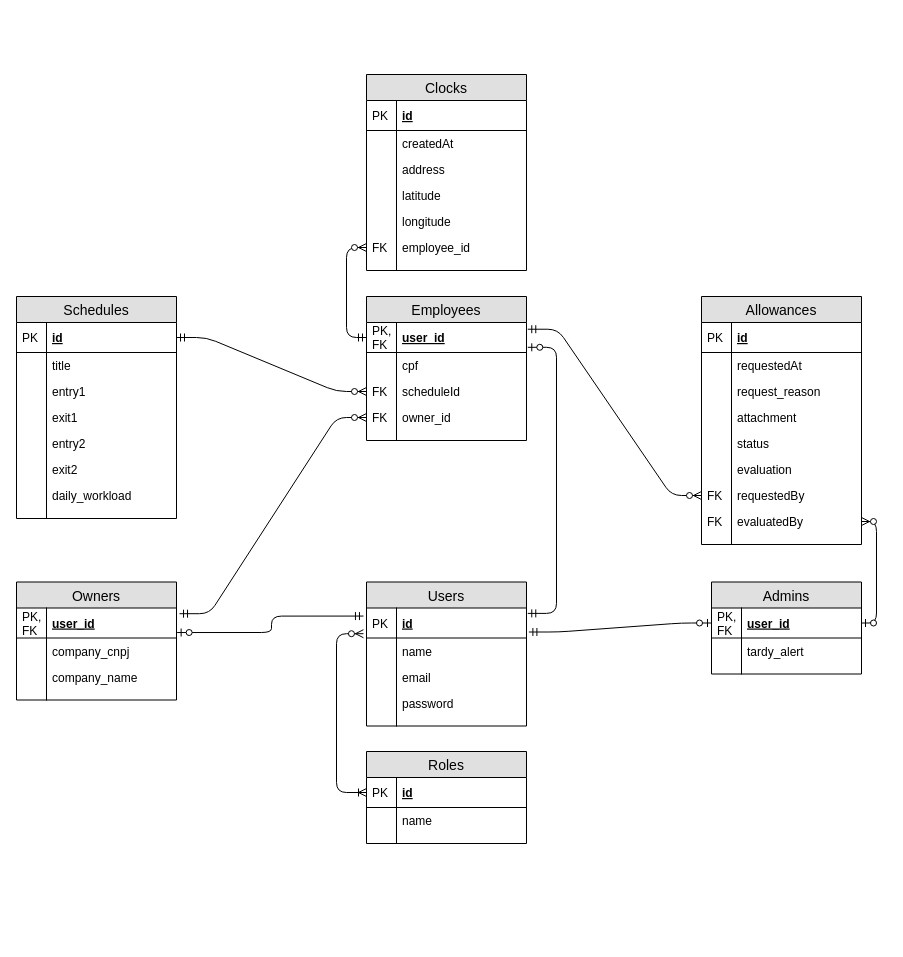
Before: .github/er_diagram.drawio in Haple/punch_clock_backend, a draw.io diagram. Source tidied: cells renumbered, new cells numbered last; positions are measured from the earlier drawing's top-left corner, leaving out a move shared by most shapes. Both pictures are drawn from the tidied source at 100%, with x=0, y=0 at pixel (16, 74).
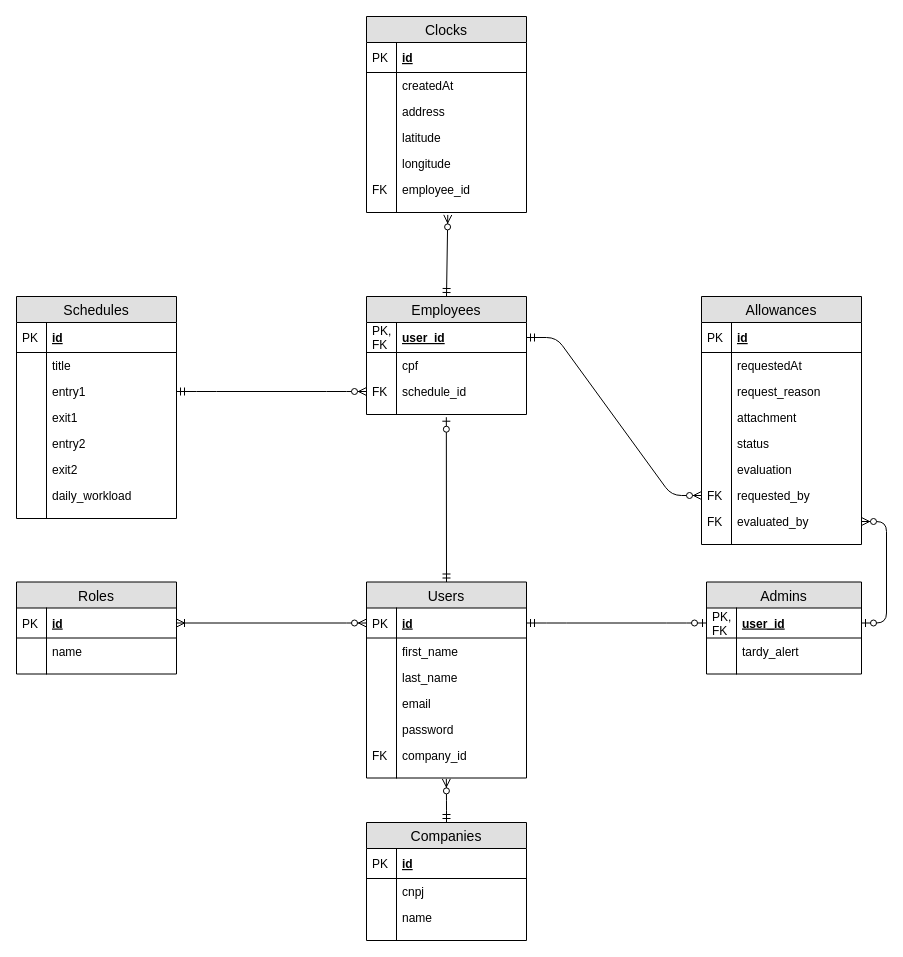
After the change.

Unchanged cells that the change refers to:
```xml
<mxCell id="3" value="user_id" style="shape=partialRectangle;top=0;left=0;right=0;bottom=1;align=left;verticalAlign=middle;fillColor=none;spacingLeft=34;spacingRight=4;overflow=hidden;points=[[0,0.5],[1,0.5]];portConstraint=eastwest;fontStyle=5;fontSize=12;" parent="2" vertex="1">
  <mxGeometry y="26" width="160" height="30" as="geometry" />
</mxCell>
<mxCell id="22" value="Allowances" style="swimlane;fontStyle=0;horizontal=1;startSize=26;fillColor=#e0e0e0;swimlaneFillColor=#ffffff;align=center;fontSize=14;" parent="1" vertex="1">
  <mxGeometry x="685" y="222" width="160" height="248" as="geometry" />
</mxCell>
<mxCell id="49" value="id" style="shape=partialRectangle;top=0;left=0;right=0;bottom=1;align=left;verticalAlign=middle;fillColor=none;spacingLeft=34;spacingRight=4;overflow=hidden;points=[[0,0.5],[1,0.5]];portConstraint=eastwest;fontStyle=5;fontSize=12;" parent="48" vertex="1">
  <mxGeometry y="26" width="160" height="30" as="geometry" />
</mxCell>
<mxCell id="53" value="entry1" style="shape=partialRectangle;top=0;left=0;right=0;bottom=0;align=left;verticalAlign=top;fillColor=none;spacingLeft=34;spacingRight=4;overflow=hidden;points=[[0,0.5],[1,0.5]];portConstraint=eastwest;fontSize=12;" parent="48" vertex="1">
  <mxGeometry y="82" width="160" height="26" as="geometry" />
</mxCell>
<mxCell id="76" value="employee_id" style="shape=partialRectangle;top=0;left=0;right=0;bottom=0;align=left;verticalAlign=top;fillColor=none;spacingLeft=34;spacingRight=4;overflow=hidden;points=[[0,0.5],[1,0.5]];portConstraint=eastwest;fontSize=12;" parent="65" vertex="1">
  <mxGeometry y="160" width="160" height="26" as="geometry" />
</mxCell>
<mxCell id="78" style="shape=partialRectangle;top=0;left=0;right=0;bottom=0;align=left;verticalAlign=top;fillColor=none;spacingLeft=34;spacingRight=4;overflow=hidden;points=[[0,0.5],[1,0.5]];portConstraint=eastwest;fontSize=12;" parent="65" vertex="1">
  <mxGeometry y="186" width="160" height="10" as="geometry" />
</mxCell>
<mxCell id="87" value="id" style="shape=partialRectangle;top=0;left=0;right=0;bottom=1;align=left;verticalAlign=middle;fillColor=none;spacingLeft=34;spacingRight=4;overflow=hidden;points=[[0,0.5],[1,0.5]];portConstraint=eastwest;fontStyle=5;fontSize=12;" parent="86" vertex="1">
  <mxGeometry y="26" width="160" height="30" as="geometry" />
</mxCell>
<mxCell id="98" value="id" style="shape=partialRectangle;top=0;left=0;right=0;bottom=1;align=left;verticalAlign=middle;fillColor=none;spacingLeft=34;spacingRight=4;overflow=hidden;points=[[0,0.5],[1,0.5]];portConstraint=eastwest;fontStyle=5;fontSize=12;" parent="97" vertex="1">
  <mxGeometry y="26" width="160" height="30" as="geometry" />
</mxCell>
```

The edit, as a diff of the source:
```diff
@@
     <mxCell id="2" value="Employees" style="swimlane;fontStyle=0;horizontal=1;startSize=26;fillColor=#e0e0e0;swimlaneFillColor=#ffffff;align=center;fontSize=14;" parent="1" vertex="1">
-      <mxGeometry x="350" y="222" width="160" height="144" as="geometry" />
+      <mxGeometry x="350" y="222" width="160" height="118" as="geometry" />
     </mxCell>
@@
-    <mxCell id="7" value="scheduleId" style="shape=partialRectangle;top=0;left=0;right=0;bottom=0;align=left;verticalAlign=top;fillColor=none;spacingLeft=34;spacingRight=4;overflow=hidden;points=[[0,0.5],[1,0.5]];portConstraint=eastwest;fontSize=12;" parent="2" vertex="1">
+    <mxCell id="7" value="schedule_id" style="shape=partialRectangle;top=0;left=0;right=0;bottom=0;align=left;verticalAlign=top;fillColor=none;spacingLeft=34;spacingRight=4;overflow=hidden;points=[[0,0.5],[1,0.5]];portConstraint=eastwest;fontSize=12;" parent="2" vertex="1">
       <mxGeometry y="82" width="160" height="26" as="geometry" />
     </mxCell>
@@
-    <mxCell id="9" value="owner_id" style="shape=partialRectangle;top=0;left=0;right=0;bottom=0;align=left;verticalAlign=top;fillColor=none;spacingLeft=34;spacingRight=4;overflow=hidden;points=[[0,0.5],[1,0.5]];portConstraint=eastwest;fontSize=12;" parent="2" vertex="1">
-      <mxGeometry y="108" width="160" height="26" as="geometry" />
-    </mxCell>
-    <mxCell id="10" value="FK" style="shape=partialRectangle;top=0;left=0;bottom=0;fillColor=none;align=left;verticalAlign=top;spacingLeft=4;spacingRight=4;overflow=hidden;fontSize=12;" parent="9" vertex="1">
-      <mxGeometry width="30" height="26" as="geometry" />
-    </mxCell>
     <mxCell id="11" style="shape=partialRectangle;top=0;left=0;right=0;bottom=0;align=left;verticalAlign=top;fillColor=none;spacingLeft=34;spacingRight=4;overflow=hidden;points=[[0,0.5],[1,0.5]];portConstraint=eastwest;fontSize=12;" parent="2" vertex="1">
-      <mxGeometry y="134" width="160" height="10" as="geometry" />
+      <mxGeometry y="108" width="160" height="10" as="geometry" />
     </mxCell>
@@
-    <mxCell id="13" value="Owners" style="swimlane;fontStyle=0;horizontal=1;startSize=26;fillColor=#e0e0e0;swimlaneFillColor=#ffffff;align=center;fontSize=14;" parent="1" vertex="1">
-      <mxGeometry y="507.5" width="160" height="118" as="geometry" />
+    <mxCell id="13" value="Companies" style="swimlane;fontStyle=0;horizontal=1;startSize=26;fillColor=#e0e0e0;swimlaneFillColor=#ffffff;align=center;fontSize=14;" parent="1" vertex="1">
+      <mxGeometry x="350" y="748" width="160" height="118" as="geometry" />
     </mxCell>
-    <mxCell id="14" value="user_id" style="shape=partialRectangle;top=0;left=0;right=0;bottom=1;align=left;verticalAlign=middle;fillColor=none;spacingLeft=34;spacingRight=4;overflow=hidden;points=[[0,0.5],[1,0.5]];portConstraint=eastwest;fontStyle=5;fontSize=12;" parent="13" vertex="1">
+    <mxCell id="14" value="id" style="shape=partialRectangle;top=0;left=0;right=0;bottom=1;align=left;verticalAlign=middle;fillColor=none;spacingLeft=34;spacingRight=4;overflow=hidden;points=[[0,0.5],[1,0.5]];portConstraint=eastwest;fontStyle=5;fontSize=12;" parent="13" vertex="1">
       <mxGeometry y="26" width="160" height="30" as="geometry" />
     </mxCell>
-    <mxCell id="15" value="PK,&#10;FK" style="shape=partialRectangle;top=0;left=0;bottom=0;fillColor=none;align=left;verticalAlign=middle;spacingLeft=4;spacingRight=4;overflow=hidden;fontSize=12;" parent="14" vertex="1">
+    <mxCell id="15" value="PK" style="shape=partialRectangle;top=0;left=0;bottom=0;fillColor=none;align=left;verticalAlign=middle;spacingLeft=4;spacingRight=4;overflow=hidden;fontSize=12;" parent="14" vertex="1">
       <mxGeometry width="30" height="30" as="geometry" />
     </mxCell>
-    <mxCell id="16" value="company_cnpj" style="shape=partialRectangle;top=0;left=0;right=0;bottom=0;align=left;verticalAlign=top;fillColor=none;spacingLeft=34;spacingRight=4;overflow=hidden;fontSize=12;" parent="13" vertex="1">
+    <mxCell id="16" value="cnpj" style="shape=partialRectangle;top=0;left=0;right=0;bottom=0;align=left;verticalAlign=top;fillColor=none;spacingLeft=34;spacingRight=4;overflow=hidden;fontSize=12;" parent="13" vertex="1">
       <mxGeometry y="56" width="160" height="26" as="geometry" />
     </mxCell>
@@
-    <mxCell id="18" value="company_name" style="shape=partialRectangle;top=0;left=0;right=0;bottom=0;align=left;verticalAlign=top;fillColor=none;spacingLeft=34;spacingRight=4;overflow=hidden;fontSize=12;" parent="13" vertex="1">
+    <mxCell id="18" value="name" style="shape=partialRectangle;top=0;left=0;right=0;bottom=0;align=left;verticalAlign=top;fillColor=none;spacingLeft=34;spacingRight=4;overflow=hidden;fontSize=12;" parent="13" vertex="1">
       <mxGeometry y="82" width="160" height="26" as="geometry" />
     </mxCell>
@@
-    <mxCell id="35" value="requestedBy" style="shape=partialRectangle;top=0;left=0;right=0;bottom=0;align=left;verticalAlign=top;fillColor=none;spacingLeft=34;spacingRight=4;overflow=hidden;points=[[0,0.5],[1,0.5]];portConstraint=eastwest;fontSize=12;" parent="22" vertex="1">
+    <mxCell id="35" value="requested_by" style="shape=partialRectangle;top=0;left=0;right=0;bottom=0;align=left;verticalAlign=top;fillColor=none;spacingLeft=34;spacingRight=4;overflow=hidden;points=[[0,0.5],[1,0.5]];portConstraint=eastwest;fontSize=12;" parent="22" vertex="1">
       <mxGeometry y="186" width="160" height="26" as="geometry" />
     </mxCell>
@@
-    <mxCell id="37" value="evaluatedBy" style="shape=partialRectangle;top=0;left=0;right=0;bottom=0;align=left;verticalAlign=top;fillColor=none;spacingLeft=34;spacingRight=4;overflow=hidden;points=[[0,0.5],[1,0.5]];portConstraint=eastwest;fontSize=12;" parent="22" vertex="1">
+    <mxCell id="37" value="evaluated_by" style="shape=partialRectangle;top=0;left=0;right=0;bottom=0;align=left;verticalAlign=top;fillColor=none;spacingLeft=34;spacingRight=4;overflow=hidden;points=[[0,0.5],[1,0.5]];portConstraint=eastwest;fontSize=12;" parent="22" vertex="1">
       <mxGeometry y="212" width="160" height="26" as="geometry" />
     </mxCell>
@@
     <mxCell id="41" value="Admins" style="swimlane;fontStyle=0;horizontal=1;startSize=26;fillColor=#e0e0e0;swimlaneFillColor=#ffffff;align=center;fontSize=14;" parent="1" vertex="1">
-      <mxGeometry x="695" y="507.5" width="150" height="92" as="geometry" />
+      <mxGeometry x="690" y="507.5" width="155" height="92" as="geometry" />
     </mxCell>
     <mxCell id="42" value="user_id" style="shape=partialRectangle;top=0;left=0;right=0;bottom=1;align=left;verticalAlign=middle;fillColor=none;spacingLeft=34;spacingRight=4;overflow=hidden;points=[[0,0.5],[1,0.5]];portConstraint=eastwest;fontStyle=5;fontSize=12;" parent="41" vertex="1">
-      <mxGeometry y="26" width="150" height="30" as="geometry" />
+      <mxGeometry y="26" width="155" height="30" as="geometry" />
     </mxCell>
@@
     <mxCell id="44" value="tardy_alert" style="shape=partialRectangle;top=0;left=0;right=0;bottom=0;align=left;verticalAlign=top;fillColor=none;spacingLeft=34;spacingRight=4;overflow=hidden;fontSize=12;" parent="41" vertex="1">
-      <mxGeometry y="56" width="150" height="26" as="geometry" />
+      <mxGeometry y="56" width="155" height="26" as="geometry" />
     </mxCell>
@@
     <mxCell id="46" style="shape=partialRectangle;top=0;left=0;right=0;bottom=0;align=left;verticalAlign=top;fillColor=none;spacingLeft=34;spacingRight=4;overflow=hidden;fontSize=12;" parent="41" vertex="1">
-      <mxGeometry y="82" width="150" height="10" as="geometry" />
+      <mxGeometry y="82" width="155" height="10" as="geometry" />
     </mxCell>
@@
     <mxCell id="65" value="Clocks" style="swimlane;fontStyle=0;horizontal=1;startSize=26;fillColor=#e0e0e0;swimlaneFillColor=#ffffff;align=center;fontSize=14;" parent="1" vertex="1">
-      <mxGeometry x="350" width="160" height="196" as="geometry" />
+      <mxGeometry x="350" y="-58" width="160" height="196" as="geometry" />
     </mxCell>
@@
-    <mxCell id="80" style="edgeStyle=entityRelationEdgeStyle;fontSize=12;html=1;endArrow=ERzeroToMany;startArrow=ERmandOne;entryX=0;entryY=0.5;entryDx=0;entryDy=0;exitX=1.019;exitY=0.19;exitDx=0;exitDy=0;exitPerimeter=0;" parent="1" edge="1" source="14" target="9">
-      <mxGeometry relative="1" as="geometry" />
-    </mxCell>
-    <mxCell id="81" style="edgeStyle=entityRelationEdgeStyle;fontSize=12;html=1;endArrow=ERzeroToOne;startArrow=ERmandOne;entryX=0;entryY=0.5;entryDx=0;entryDy=0;exitX=1.015;exitY=0.8;exitDx=0;exitDy=0;exitPerimeter=0;" parent="1" edge="1" source="87" target="42">
+    <mxCell id="81" style="edgeStyle=entityRelationEdgeStyle;fontSize=12;html=1;endArrow=ERzeroToOne;startArrow=ERmandOne;entryX=0;entryY=0.5;entryDx=0;entryDy=0;exitX=1;exitY=0.5;exitDx=0;exitDy=0;" parent="1" edge="1" source="87" target="42">
       <mxGeometry relative="1" as="geometry" />
     </mxCell>
-    <mxCell id="82" style="edgeStyle=entityRelationEdgeStyle;fontSize=12;html=1;endArrow=ERzeroToMany;startArrow=ERmandOne;exitX=1;exitY=0.5;exitDx=0;exitDy=0;entryX=0;entryY=0.5;entryDx=0;entryDy=0;" parent="1" edge="1" source="49" target="7">
+    <mxCell id="82" style="edgeStyle=entityRelationEdgeStyle;fontSize=12;html=1;endArrow=ERzeroToMany;startArrow=ERmandOne;exitX=1;exitY=0.5;exitDx=0;exitDy=0;entryX=0;entryY=0.5;entryDx=0;entryDy=0;" parent="1" edge="1" source="53" target="7">
       <mxGeometry relative="1" as="geometry" />
     </mxCell>
-    <mxCell id="83" style="edgeStyle=entityRelationEdgeStyle;fontSize=12;html=1;endArrow=ERzeroToMany;startArrow=ERmandOne;exitX=1.008;exitY=0.224;exitDx=0;exitDy=0;entryX=0;entryY=0.5;entryDx=0;entryDy=0;exitPerimeter=0;" parent="1" edge="1" source="3" target="35">
+    <mxCell id="83" style="edgeStyle=entityRelationEdgeStyle;fontSize=12;html=1;endArrow=ERzeroToMany;startArrow=ERmandOne;exitX=1;exitY=0.5;exitDx=0;exitDy=0;entryX=0;entryY=0.5;entryDx=0;entryDy=0;" parent="1" edge="1" source="3" target="35">
       <mxGeometry relative="1" as="geometry" />
     </mxCell>
     <mxCell id="84" style="fontSize=12;html=1;endArrow=ERzeroToMany;startArrow=ERzeroToOne;exitX=1;exitY=0.5;exitDx=0;exitDy=0;entryX=1;entryY=0.5;entryDx=0;entryDy=0;edgeStyle=orthogonalEdgeStyle;startFill=1;" parent="1" edge="1" source="42" target="37">
       <mxGeometry relative="1" as="geometry">
         <Array as="points">
-          <mxPoint x="860" y="548" />
-          <mxPoint x="860" y="447" />
+          <mxPoint x="870" y="549" />
+          <mxPoint x="870" y="447" />
         </Array>
       </mxGeometry>
     </mxCell>
-    <mxCell id="85" style="edgeStyle=orthogonalEdgeStyle;fontSize=12;html=1;endArrow=ERzeroToMany;startArrow=ERmandOne;exitX=0;exitY=0.5;exitDx=0;exitDy=0;entryX=0;entryY=0.5;entryDx=0;entryDy=0;" parent="1" edge="1" source="3" target="76">
-      <mxGeometry relative="1" as="geometry">
-        <Array as="points">
-          <mxPoint x="330" y="263" />
-          <mxPoint x="330" y="173" />
-        </Array>
-      </mxGeometry>
-    </mxCell>
     <mxCell id="86" value="Users" style="swimlane;fontStyle=0;horizontal=1;startSize=26;fillColor=#e0e0e0;swimlaneFillColor=#ffffff;align=center;fontSize=14;" parent="1" vertex="1">
-      <mxGeometry x="350" y="507.5" width="160" height="144" as="geometry" />
+      <mxGeometry x="350" y="507.5" width="160" height="196" as="geometry" />
     </mxCell>
@@
-    <mxCell id="89" value="name" style="shape=partialRectangle;top=0;left=0;right=0;bottom=0;align=left;verticalAlign=top;fillColor=none;spacingLeft=34;spacingRight=4;overflow=hidden;fontSize=12;" parent="86" vertex="1">
+    <mxCell id="89" value="first_name" style="shape=partialRectangle;top=0;left=0;right=0;bottom=0;align=left;verticalAlign=top;fillColor=none;spacingLeft=34;spacingRight=4;overflow=hidden;fontSize=12;" parent="86" vertex="1">
       <mxGeometry y="56" width="160" height="26" as="geometry" />
     </mxCell>
@@
+    <mxCell id="107" value="last_name" style="shape=partialRectangle;top=0;left=0;right=0;bottom=0;align=left;verticalAlign=top;fillColor=none;spacingLeft=34;spacingRight=4;overflow=hidden;fontSize=12;" parent="86" vertex="1">
+      <mxGeometry y="82" width="160" height="26" as="geometry" />
+    </mxCell>
+    <mxCell id="108" style="shape=partialRectangle;top=0;left=0;bottom=0;fillColor=none;align=left;verticalAlign=top;spacingLeft=4;spacingRight=4;overflow=hidden;fontSize=12;" parent="107" vertex="1">
+      <mxGeometry width="30" height="26" as="geometry" />
+    </mxCell>
     <mxCell id="91" value="email" style="shape=partialRectangle;top=0;left=0;right=0;bottom=0;align=left;verticalAlign=top;fillColor=none;spacingLeft=34;spacingRight=4;overflow=hidden;fontSize=12;" parent="86" vertex="1">
-      <mxGeometry y="82" width="160" height="26" as="geometry" />
+      <mxGeometry y="108" width="160" height="26" as="geometry" />
     </mxCell>
@@
     <mxCell id="93" value="password" style="shape=partialRectangle;top=0;left=0;right=0;bottom=0;align=left;verticalAlign=top;fillColor=none;spacingLeft=34;spacingRight=4;overflow=hidden;fontSize=12;" parent="86" vertex="1">
-      <mxGeometry y="108" width="160" height="26" as="geometry" />
+      <mxGeometry y="134" width="160" height="26" as="geometry" />
     </mxCell>
@@
+    <mxCell id="109" value="company_id" style="shape=partialRectangle;top=0;left=0;right=0;bottom=0;align=left;verticalAlign=top;fillColor=none;spacingLeft=34;spacingRight=4;overflow=hidden;fontSize=12;" parent="86" vertex="1">
+      <mxGeometry y="160" width="160" height="26" as="geometry" />
+    </mxCell>
+    <mxCell id="10" value="FK" style="shape=partialRectangle;top=0;left=0;bottom=0;fillColor=none;align=left;verticalAlign=top;spacingLeft=4;spacingRight=4;overflow=hidden;fontSize=12;" parent="109" vertex="1">
+      <mxGeometry width="30" height="26" as="geometry" />
+    </mxCell>
     <mxCell id="95" style="shape=partialRectangle;top=0;left=0;right=0;bottom=0;align=left;verticalAlign=top;fillColor=none;spacingLeft=34;spacingRight=4;overflow=hidden;points=[[0,0.5],[1,0.5]];portConstraint=eastwest;fontSize=12;" parent="86" vertex="1">
-      <mxGeometry y="134" width="160" height="10" as="geometry" />
+      <mxGeometry y="186" width="160" height="10" as="geometry" />
     </mxCell>
@@
     <mxCell id="97" value="Roles" style="swimlane;fontStyle=0;horizontal=1;startSize=26;fillColor=#e0e0e0;swimlaneFillColor=#ffffff;align=center;fontSize=14;" parent="1" vertex="1">
-      <mxGeometry x="350" y="677" width="160" height="92" as="geometry" />
+      <mxGeometry y="507.5" width="160" height="92" as="geometry" />
     </mxCell>
@@
-    <mxCell id="104" style="edgeStyle=orthogonalEdgeStyle;fontSize=12;html=1;endArrow=ERoneToMany;startArrow=ERzeroToMany;entryX=0;entryY=0.5;entryDx=0;entryDy=0;exitX=-0.019;exitY=0.857;exitDx=0;exitDy=0;exitPerimeter=0;" parent="1" edge="1" source="87" target="98">
+    <mxCell id="104" style="edgeStyle=orthogonalEdgeStyle;fontSize=12;html=1;endArrow=ERoneToMany;startArrow=ERzeroToMany;exitX=0;exitY=0.5;exitDx=0;exitDy=0;entryX=1;entryY=0.5;entryDx=0;entryDy=0;" parent="1" edge="1" source="87" target="98">
       <mxGeometry relative="1" as="geometry">
         <Array as="points">
-          <mxPoint x="320" y="559" />
-          <mxPoint x="320" y="718" />
+          <mxPoint x="340" y="549" />
+          <mxPoint x="340" y="549" />
         </Array>
       </mxGeometry>
     </mxCell>
-    <mxCell id="105" style="edgeStyle=orthogonalEdgeStyle;fontSize=12;html=1;endArrow=ERzeroToOne;startArrow=ERmandOne;entryX=1.004;entryY=0.818;entryDx=0;entryDy=0;exitX=-0.019;exitY=0.269;exitDx=0;exitDy=0;exitPerimeter=0;entryPerimeter=0;" parent="1" edge="1" source="87" target="14">
-      <mxGeometry relative="1" as="geometry" />
-    </mxCell>
-    <mxCell id="106" style="edgeStyle=orthogonalEdgeStyle;fontSize=12;html=1;endArrow=ERzeroToOne;startArrow=ERmandOne;entryX=1.008;entryY=0.827;entryDx=0;entryDy=0;exitX=1.008;exitY=0.18;exitDx=0;exitDy=0;exitPerimeter=0;entryPerimeter=0;" parent="1" edge="1" source="87" target="3">
-      <mxGeometry relative="1" as="geometry">
-        <Array as="points">
-          <mxPoint x="540" y="539" />
-          <mxPoint x="540" y="273" />
-        </Array>
-      </mxGeometry>
+    <mxCell id="106" style="fontSize=12;html=1;endArrow=ERzeroToOne;startArrow=ERmandOne;entryX=0.499;entryY=1.271;entryDx=0;entryDy=0;exitX=0.5;exitY=0;exitDx=0;exitDy=0;entryPerimeter=0;" parent="1" edge="1" source="86" target="11">
+      <mxGeometry relative="1" as="geometry" />
     </mxCell>
+    <mxCell id="110" style="edgeStyle=orthogonalEdgeStyle;fontSize=12;html=1;endArrow=ERzeroToMany;startArrow=ERmandOne;exitX=0.5;exitY=0;exitDx=0;exitDy=0;entryX=0.499;entryY=1.09;entryDx=0;entryDy=0;entryPerimeter=0;" parent="1" edge="1" source="13" target="95">
+      <mxGeometry relative="1" as="geometry" />
+    </mxCell>
+    <mxCell id="111" style="fontSize=12;html=1;endArrow=ERzeroToMany;startArrow=ERmandOne;exitX=0.5;exitY=0;exitDx=0;exitDy=0;entryX=0.508;entryY=1.243;entryDx=0;entryDy=0;entryPerimeter=0;" parent="1" edge="1" source="2" target="78">
+      <mxGeometry relative="1" as="geometry" />
+    </mxCell>
```
